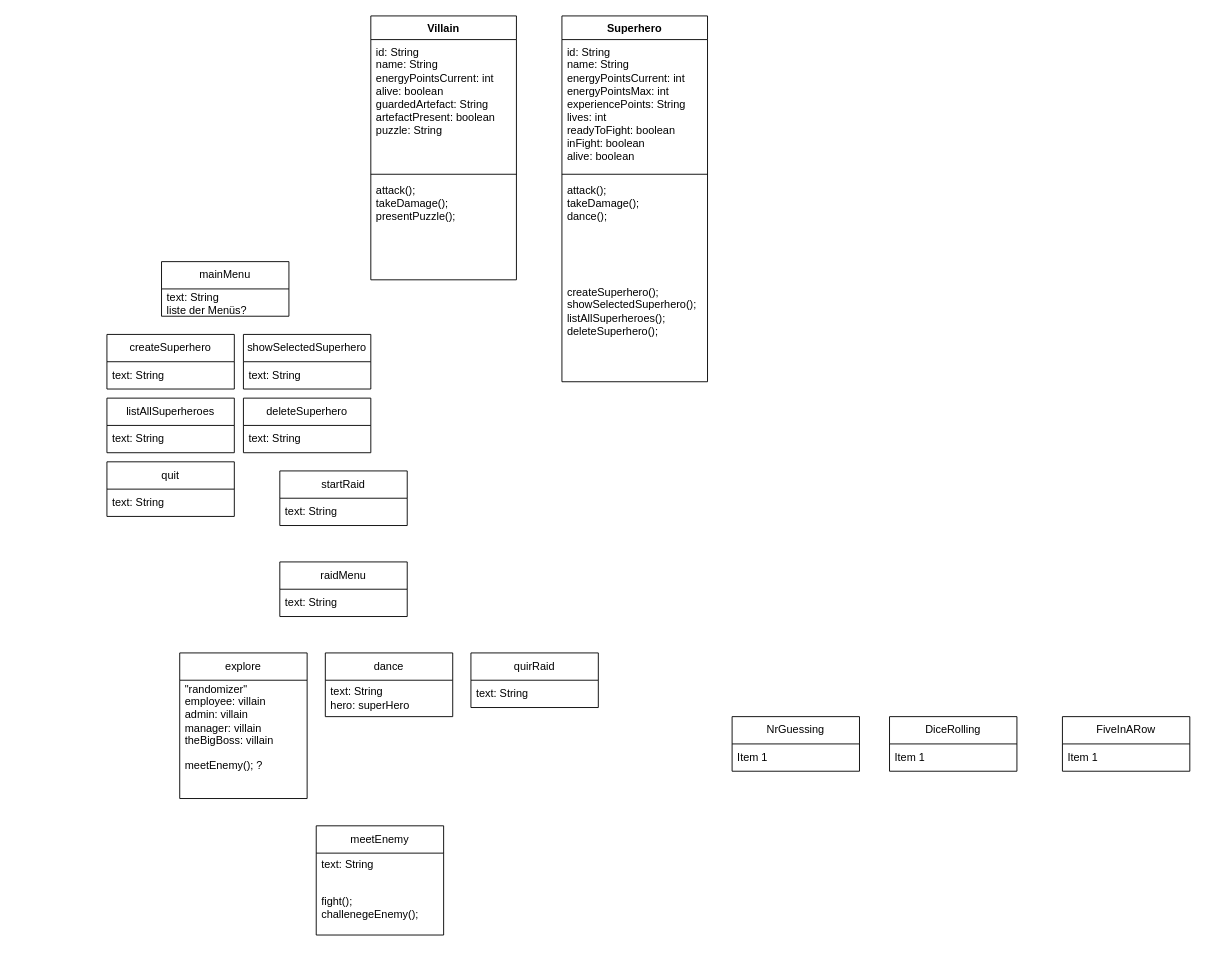
Before: page "Kopie von Page-1" (2 of 2) of Hauptmenü KD.drawio in HansKircheisenHTW/programmierprojekt-prog, a draw.io diagram. Source tidied: cells renumbered, new cells numbered last; positions are measured from the earlier drawing's top-left corner, leaving out a move shared by most shapes. Both pictures are drawn from the tidied source at 91%, with x=0, y=0 at pixel (106, 15).
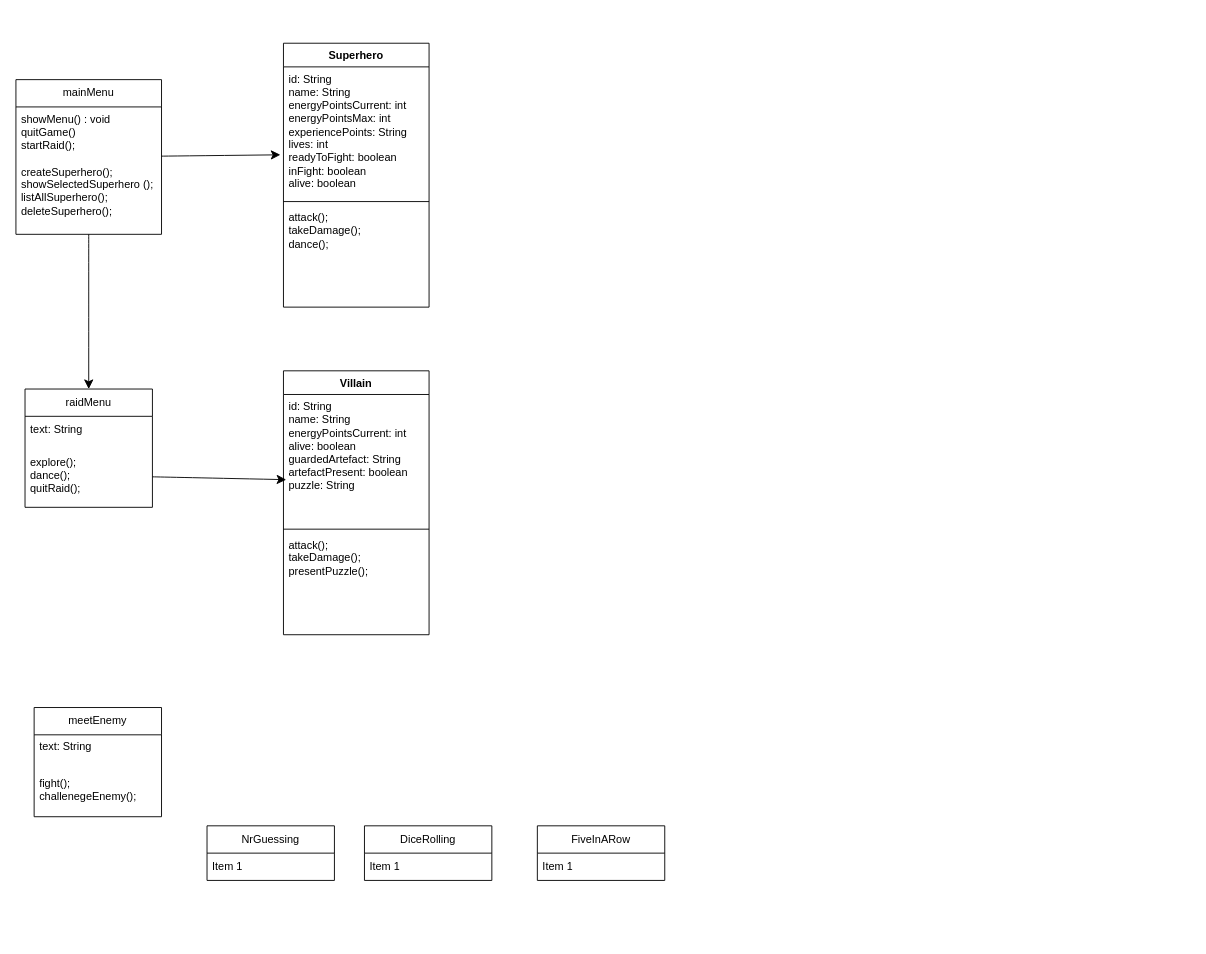
The same diagram, later.

The change refers to these unchanged cells:
```xml
<mxCell id="3" value="id: String&amp;nbsp;&lt;div&gt;name: String&lt;/div&gt;&lt;div&gt;energyPointsCurrent: int&amp;nbsp;&lt;/div&gt;&lt;div&gt;energyPointsMax: int&lt;/div&gt;&lt;div&gt;experiencePoints: String&lt;/div&gt;&lt;div&gt;lives: int&lt;/div&gt;&lt;div&gt;readyToFight: boolean&lt;/div&gt;&lt;div&gt;inFight: boolean&amp;nbsp;&lt;/div&gt;&lt;div&gt;alive: boolean&amp;nbsp;&lt;/div&gt;&lt;div&gt;&lt;br&gt;&lt;/div&gt;" style="text;strokeColor=none;fillColor=none;align=left;verticalAlign=top;spacingLeft=4;spacingRight=4;overflow=hidden;points=[[0,0.5],[1,0.5]];portConstraint=eastwest;whiteSpace=wrap;html=1;" parent="2" vertex="1">
  <mxGeometry y="26" width="160" height="144" as="geometry" />
</mxCell>
<mxCell id="8" value="id: String&amp;nbsp;&lt;div&gt;name: String&lt;/div&gt;&lt;div&gt;energyPointsCurrent: int&amp;nbsp;&lt;/div&gt;&lt;div&gt;alive: boolean&amp;nbsp;&lt;/div&gt;&lt;div&gt;guardedArtefact: String&lt;/div&gt;&lt;div&gt;artefactPresent: boolean&amp;nbsp;&lt;/div&gt;&lt;div&gt;puzzle: String&lt;/div&gt;" style="text;strokeColor=none;fillColor=none;align=left;verticalAlign=top;spacingLeft=4;spacingRight=4;overflow=hidden;points=[[0,0.5],[1,0.5]];portConstraint=eastwest;whiteSpace=wrap;html=1;" parent="7" vertex="1">
  <mxGeometry y="26" width="160" height="144" as="geometry" />
</mxCell>
```

Change to the diagram source:
```diff
@@
     <mxCell id="2" value="Superhero" style="swimlane;fontStyle=1;align=center;verticalAlign=top;horizontal=1;startSize=26;whiteSpace=wrap;html=1;" parent="1" vertex="1">
-      <mxGeometry x="500" width="160" height="402" as="geometry" />
+      <mxGeometry x="194" y="30" width="160" height="290" as="geometry" />
     </mxCell>
@@
-    <mxCell id="6" value="&lt;div&gt;createSuperhero();&lt;/div&gt;&lt;div&gt;showSelectedSuperhero();&lt;/div&gt;&lt;div&gt;listAllSuperheroes();&amp;nbsp;&lt;/div&gt;&lt;div&gt;deleteSuperhero();&amp;nbsp;&lt;/div&gt;&lt;div&gt;&lt;br&gt;&lt;/div&gt;&lt;div&gt;&lt;br&gt;&lt;/div&gt;" style="text;strokeColor=none;fillColor=none;align=left;verticalAlign=top;spacingLeft=4;spacingRight=4;overflow=hidden;whiteSpace=wrap;html=1;" parent="2" vertex="1">
-      <mxGeometry y="290" width="160" height="112" as="geometry" />
-    </mxCell>
     <mxCell id="7" value="Villain" style="swimlane;fontStyle=1;align=center;verticalAlign=top;horizontal=1;startSize=26;whiteSpace=wrap;html=1;" parent="1" vertex="1">
-      <mxGeometry x="290" width="160" height="290" as="geometry" />
+      <mxGeometry x="194" y="390" width="160" height="290" as="geometry" />
     </mxCell>
@@
-    <mxCell id="11" value="createSuperhero" style="swimlane;fontStyle=0;horizontal=1;startSize=30;whiteSpace=wrap;html=1;" parent="1" vertex="1">
-      <mxGeometry y="350" width="140" height="60" as="geometry" />
-    </mxCell>
-    <mxCell id="12" value="text: String" style="text;strokeColor=none;fillColor=none;align=left;verticalAlign=middle;spacingLeft=4;spacingRight=4;overflow=hidden;whiteSpace=wrap;html=1;" parent="11" vertex="1">
-      <mxGeometry y="30" width="140" height="30" as="geometry" />
-    </mxCell>
-    <mxCell id="13" value="showSelectedSuperhero" style="swimlane;fontStyle=0;horizontal=1;startSize=30;whiteSpace=wrap;html=1;" parent="1" vertex="1">
-      <mxGeometry x="150" y="350" width="140" height="60" as="geometry" />
-    </mxCell>
-    <mxCell id="14" value="text: String" style="text;strokeColor=none;fillColor=none;align=left;verticalAlign=middle;spacingLeft=4;spacingRight=4;overflow=hidden;whiteSpace=wrap;html=1;" parent="13" vertex="1">
-      <mxGeometry y="30" width="140" height="30" as="geometry" />
-    </mxCell>
-    <mxCell id="15" value="deleteSuperhero" style="swimlane;fontStyle=0;horizontal=1;startSize=30;whiteSpace=wrap;html=1;" parent="1" vertex="1">
-      <mxGeometry x="150" y="420" width="140" height="60" as="geometry" />
-    </mxCell>
-    <mxCell id="16" value="text: String" style="text;strokeColor=none;fillColor=none;align=left;verticalAlign=middle;spacingLeft=4;spacingRight=4;overflow=hidden;whiteSpace=wrap;html=1;" parent="15" vertex="1">
-      <mxGeometry y="30" width="140" height="30" as="geometry" />
-    </mxCell>
-    <mxCell id="17" value="listAllSuperheroes" style="swimlane;fontStyle=0;horizontal=1;startSize=30;whiteSpace=wrap;html=1;" parent="1" vertex="1">
-      <mxGeometry y="420" width="140" height="60" as="geometry" />
-    </mxCell>
-    <mxCell id="18" value="text: String" style="text;strokeColor=none;fillColor=none;align=left;verticalAlign=middle;spacingLeft=4;spacingRight=4;overflow=hidden;whiteSpace=wrap;html=1;" parent="17" vertex="1">
-      <mxGeometry y="30" width="140" height="30" as="geometry" />
-    </mxCell>
-    <mxCell id="19" value="startRaid" style="swimlane;fontStyle=0;horizontal=1;startSize=30;whiteSpace=wrap;html=1;" parent="1" vertex="1">
-      <mxGeometry x="190" y="500" width="140" height="60" as="geometry" />
-    </mxCell>
-    <mxCell id="20" value="text: String" style="text;strokeColor=none;fillColor=none;align=left;verticalAlign=middle;spacingLeft=4;spacingRight=4;overflow=hidden;whiteSpace=wrap;html=1;" parent="19" vertex="1">
-      <mxGeometry y="30" width="140" height="30" as="geometry" />
-    </mxCell>
-    <mxCell id="21" value="quit" style="swimlane;fontStyle=0;horizontal=1;startSize=30;whiteSpace=wrap;html=1;" parent="1" vertex="1">
-      <mxGeometry y="490" width="140" height="60" as="geometry" />
-    </mxCell>
-    <mxCell id="22" value="text: String" style="text;strokeColor=none;fillColor=none;align=left;verticalAlign=middle;spacingLeft=4;spacingRight=4;overflow=hidden;whiteSpace=wrap;html=1;" parent="21" vertex="1">
-      <mxGeometry y="30" width="140" height="30" as="geometry" />
-    </mxCell>
     <mxCell id="23" value="mainMenu" style="swimlane;fontStyle=0;horizontal=1;startSize=30;whiteSpace=wrap;html=1;" parent="1" vertex="1">
-      <mxGeometry x="60" y="270" width="140" height="60" as="geometry" />
+      <mxGeometry x="-100" y="70" width="160" height="170" as="geometry" />
     </mxCell>
-    <mxCell id="24" value="text: String&lt;div&gt;liste der Menüs?&amp;nbsp;&lt;/div&gt;" style="text;strokeColor=none;fillColor=none;align=left;verticalAlign=middle;spacingLeft=4;spacingRight=4;overflow=hidden;whiteSpace=wrap;html=1;" parent="23" vertex="1">
-      <mxGeometry y="30" width="140" height="30" as="geometry" />
-    </mxCell>
+    <mxCell id="43" value="&lt;div&gt;showMenu() : void &amp;nbsp;&lt;/div&gt;&lt;div&gt;quitGame()&lt;/div&gt;&lt;div&gt;&lt;span style=&quot;text-align: center;&quot;&gt;startRaid();&lt;/span&gt;&lt;br&gt;&lt;/div&gt;&lt;div&gt;&lt;span style=&quot;text-align: center;&quot;&gt;&lt;br&gt;&lt;/span&gt;&lt;/div&gt;&lt;div&gt;createSuperhero();&lt;div&gt;showSelectedSuperhero ();&lt;/div&gt;&lt;div&gt;listAllSuperhero();&amp;nbsp;&lt;/div&gt;&lt;div&gt;deleteSuperhero();&amp;nbsp;&lt;/div&gt;&lt;/div&gt;&lt;div&gt;&lt;br&gt;&lt;/div&gt;" style="text;strokeColor=none;fillColor=none;align=left;verticalAlign=top;spacingLeft=4;spacingRight=4;overflow=hidden;points=[[0,0.5],[1,0.5]];portConstraint=eastwest;whiteSpace=wrap;html=1;" parent="23" vertex="1">
+      <mxGeometry y="30" width="160" height="140" as="geometry" />
+    </mxCell>
     <mxCell id="25" value="raidMenu" style="swimlane;fontStyle=0;horizontal=1;startSize=30;whiteSpace=wrap;html=1;" parent="1" vertex="1">
-      <mxGeometry x="190" y="600" width="140" height="60" as="geometry" />
+      <mxGeometry x="-90" y="410" width="140" height="130" as="geometry" />
     </mxCell>
@@
-    <mxCell id="27" value="explore" style="swimlane;fontStyle=0;horizontal=1;startSize=30;whiteSpace=wrap;html=1;" parent="1" vertex="1">
-      <mxGeometry x="80" y="700" width="140" height="160" as="geometry" />
-    </mxCell>
-    <mxCell id="28" value="&quot;randomizer&quot;&lt;div&gt;employee: villain&lt;/div&gt;&lt;div&gt;admin: villain&amp;nbsp;&lt;/div&gt;&lt;div&gt;manager: villain&amp;nbsp;&lt;/div&gt;&lt;div&gt;theBigBoss: villain&lt;/div&gt;&lt;div&gt;&lt;br&gt;&lt;/div&gt;" style="text;strokeColor=none;fillColor=none;align=left;verticalAlign=middle;spacingLeft=4;spacingRight=4;overflow=hidden;whiteSpace=wrap;html=1;" parent="27" vertex="1">
-      <mxGeometry y="30" width="140" height="80" as="geometry" />
-    </mxCell>
-    <mxCell id="29" value="&lt;div&gt;&lt;div&gt;meetEnemy(); ?&lt;/div&gt;&lt;/div&gt;" style="text;strokeColor=none;fillColor=none;align=left;verticalAlign=top;spacingLeft=4;spacingRight=4;overflow=hidden;whiteSpace=wrap;html=1;" parent="27" vertex="1">
-      <mxGeometry y="110" width="140" height="50" as="geometry" />
-    </mxCell>
-    <mxCell id="30" value="dance" style="swimlane;fontStyle=0;horizontal=1;startSize=30;whiteSpace=wrap;html=1;" parent="1" vertex="1">
-      <mxGeometry x="240" y="700" width="140" height="70" as="geometry" />
-    </mxCell>
-    <mxCell id="31" value="text: String&lt;div&gt;hero: superHero&lt;/div&gt;" style="text;strokeColor=none;fillColor=none;align=left;verticalAlign=middle;spacingLeft=4;spacingRight=4;overflow=hidden;whiteSpace=wrap;html=1;" parent="30" vertex="1">
-      <mxGeometry y="30" width="140" height="40" as="geometry" />
-    </mxCell>
-    <mxCell id="32" value="quirRaid" style="swimlane;fontStyle=0;horizontal=1;startSize=30;whiteSpace=wrap;html=1;" parent="1" vertex="1">
-      <mxGeometry x="400" y="700" width="140" height="60" as="geometry" />
-    </mxCell>
-    <mxCell id="33" value="text: String" style="text;strokeColor=none;fillColor=none;align=left;verticalAlign=middle;spacingLeft=4;spacingRight=4;overflow=hidden;whiteSpace=wrap;html=1;" parent="32" vertex="1">
-      <mxGeometry y="30" width="140" height="30" as="geometry" />
-    </mxCell>
+    <mxCell id="44" value="explore();&lt;div&gt;dance();&amp;nbsp;&lt;/div&gt;&lt;div&gt;quitRaid();&lt;/div&gt;" style="text;strokeColor=none;fillColor=none;align=left;verticalAlign=middle;spacingLeft=4;spacingRight=4;overflow=hidden;points=[[0,0.5],[1,0.5]];portConstraint=eastwest;whiteSpace=wrap;html=1;" parent="25" vertex="1">
+      <mxGeometry y="60" width="140" height="70" as="geometry" />
+    </mxCell>
     <mxCell id="34" value="meetEnemy" style="swimlane;fontStyle=0;horizontal=1;startSize=30;whiteSpace=wrap;html=1;" parent="1" vertex="1">
-      <mxGeometry x="230" y="890" width="140" height="120" as="geometry" />
+      <mxGeometry x="-80" y="760" width="140" height="120" as="geometry" />
     </mxCell>
@@
     <mxCell id="37" value="NrGuessing" style="swimlane;fontStyle=0;horizontal=1;startSize=30;whiteSpace=wrap;html=1;" parent="1" vertex="1">
-      <mxGeometry x="687" y="770" width="140" height="60" as="geometry" />
+      <mxGeometry x="110" y="890" width="140" height="60" as="geometry" />
     </mxCell>
@@
     <mxCell id="39" value="DiceRolling" style="swimlane;fontStyle=0;horizontal=1;startSize=30;whiteSpace=wrap;html=1;" parent="1" vertex="1">
-      <mxGeometry x="860" y="770" width="140" height="60" as="geometry" />
+      <mxGeometry x="283" y="890" width="140" height="60" as="geometry" />
     </mxCell>
@@
     <mxCell id="41" value="FiveInARow" style="swimlane;fontStyle=0;horizontal=1;startSize=30;whiteSpace=wrap;html=1;" parent="1" vertex="1">
-      <mxGeometry x="1050" y="770" width="140" height="60" as="geometry" />
+      <mxGeometry x="473" y="890" width="140" height="60" as="geometry" />
     </mxCell>
@@
+    <mxCell id="45" style="edgeStyle=none;curved=1;rounded=0;orthogonalLoop=1;jettySize=auto;html=1;exitX=0.5;exitY=0;exitDx=0;exitDy=0;fontSize=12;startSize=8;endSize=8;" parent="1" edge="1" source="25" target="25">
+      <mxGeometry relative="1" as="geometry" />
+    </mxCell>
+    <mxCell id="46" style="edgeStyle=none;curved=1;rounded=0;jettySize=auto;html=1;fontSize=12;startSize=8;endSize=8;" parent="1" edge="1" source="43" target="25">
+      <mxGeometry relative="1" as="geometry" />
+    </mxCell>
+    <mxCell id="47" style="edgeStyle=none;curved=1;rounded=0;jettySize=auto;html=1;entryX=-0.021;entryY=0.671;entryDx=0;entryDy=0;entryPerimeter=0;fontSize=12;startSize=8;endSize=8;" parent="1" edge="1" source="23" target="3">
+      <mxGeometry relative="1" as="geometry" />
+    </mxCell>
+    <mxCell id="48" style="edgeStyle=none;curved=1;rounded=0;jettySize=auto;html=1;entryX=0.019;entryY=0.65;entryDx=0;entryDy=0;entryPerimeter=0;fontSize=12;startSize=8;endSize=8;" parent="1" edge="1" source="44" target="8">
+      <mxGeometry relative="1" as="geometry" />
+    </mxCell>
```
